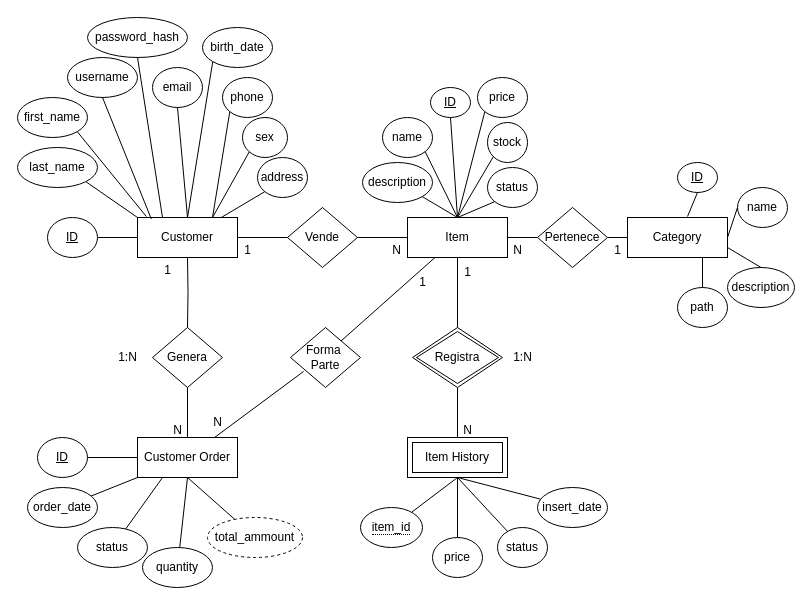
AgusArdizzone/ML-Challenge-SQL keeps this draw.io diagram as Diagrama ecommerce.drawio. Above is the earlier version. Source tidied: cells renumbered, new cells numbered last; positions are measured from the earlier drawing's top-left corner, leaving out a move shared by most shapes. Both pictures are drawn from the tidied source at 100%, with x=0, y=0 at pixel (17, 17).
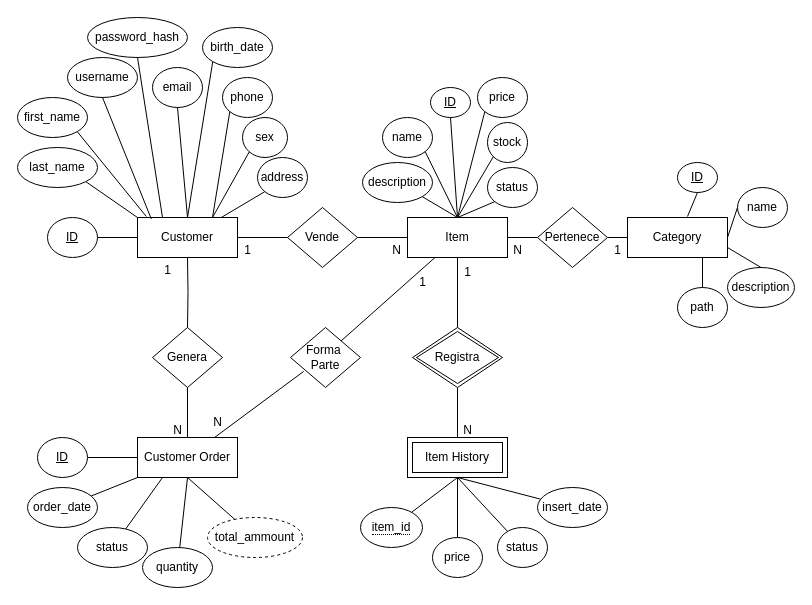
Above is the later version.

Commit message (it also covers changes not shown here):
se elimina informacion duplicada del DER

Change to the diagram source:
```diff
@@
-    <mxCell id="76" value="1:N" style="text;html=1;align=center;verticalAlign=middle;strokeColor=none;fillColor=none;" parent="1" vertex="1">
-      <mxGeometry x="90" y="325" width="40" height="30" as="geometry" />
-    </mxCell>
-    <mxCell id="77" value="1:N" style="text;html=1;align=center;verticalAlign=middle;strokeColor=none;fillColor=none;" parent="1" vertex="1">
-      <mxGeometry x="485" y="325" width="40" height="30" as="geometry" />
-    </mxCell>
```
